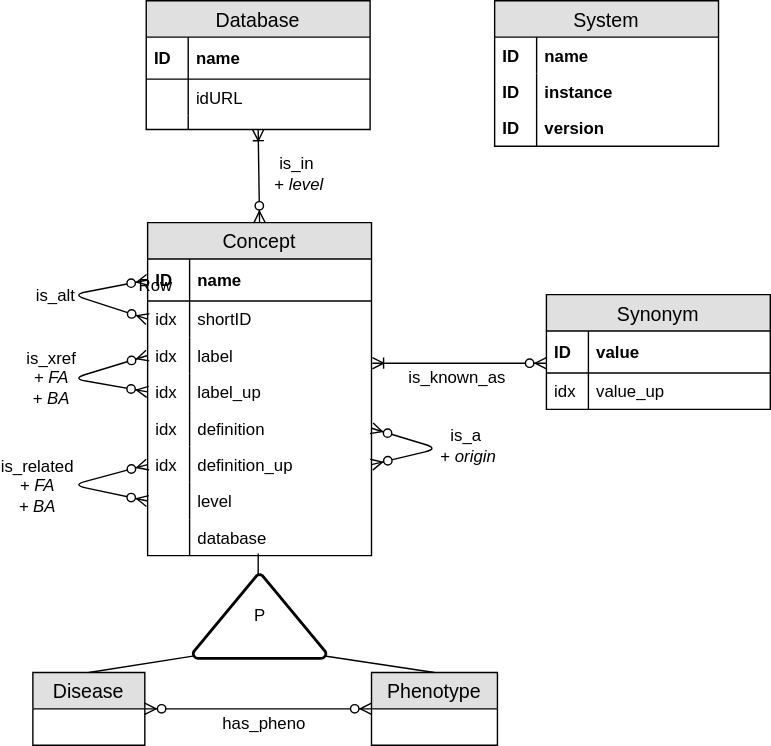
Earlier version of the draw.io export inst/documentation/data-model/DODO.svg (Elysheba/DODO). Source tidied: cells renumbered, new cells last; positions are measured from the earlier drawing's top-left corner, leaving out a move shared by most shapes.
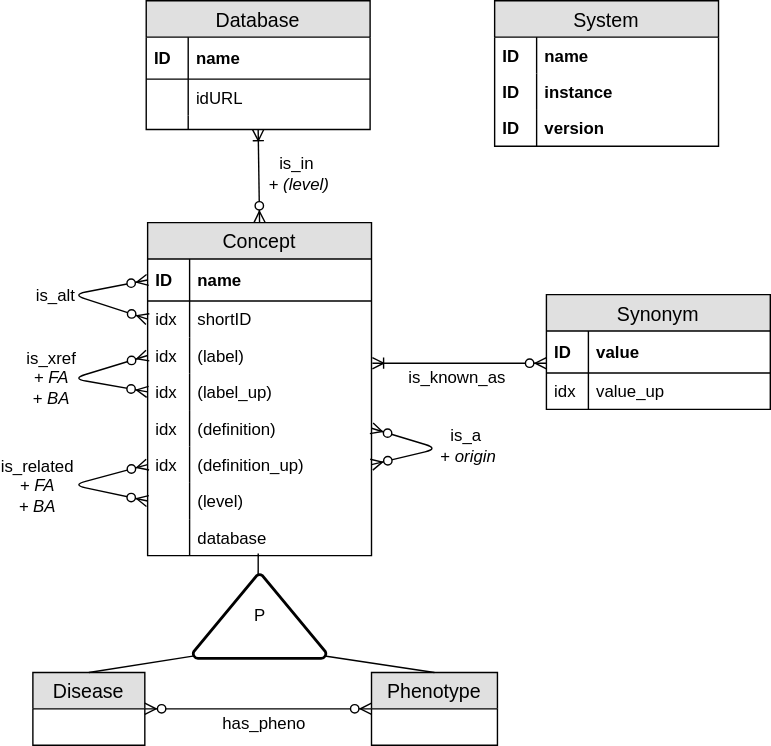
Later version of the same file.

Diff of the diagram source:
```diff
@@ -17,19 +17,19 @@
     <mxCell id="6" value="idx" style="shape=partialRectangle;top=0;left=0;bottom=0;fillColor=none;align=left;verticalAlign=top;spacingLeft=4;spacingRight=4;overflow=hidden;fontSize=12;" parent="5" vertex="1">
       <mxGeometry width="30" height="26" as="geometry" />
     </mxCell>
-    <mxCell id="7" value="label" style="shape=partialRectangle;top=0;left=0;right=0;bottom=0;align=left;verticalAlign=top;fillColor=none;spacingLeft=34;spacingRight=4;overflow=hidden;points=[[0,0.5],[1,0.5]];portConstraint=eastwest;fontSize=12;" parent="2" vertex="1">
+    <mxCell id="7" value="(label)" style="shape=partialRectangle;top=0;left=0;right=0;bottom=0;align=left;verticalAlign=top;fillColor=none;spacingLeft=34;spacingRight=4;overflow=hidden;points=[[0,0.5],[1,0.5]];portConstraint=eastwest;fontSize=12;" parent="2" vertex="1">
       <mxGeometry y="82" width="160" height="26" as="geometry" />
     </mxCell>
     <mxCell id="8" value="idx" style="shape=partialRectangle;top=0;left=0;bottom=0;fillColor=none;align=left;verticalAlign=top;spacingLeft=4;spacingRight=4;overflow=hidden;fontSize=12;" parent="7" vertex="1">
       <mxGeometry width="30" height="26" as="geometry" />
     </mxCell>
-    <mxCell id="9" value="label_up" style="shape=partialRectangle;top=0;left=0;right=0;bottom=0;align=left;verticalAlign=top;fillColor=none;spacingLeft=34;spacingRight=4;overflow=hidden;points=[[0,0.5],[1,0.5]];portConstraint=eastwest;fontSize=12;" parent="2" vertex="1">
+    <mxCell id="9" value="(label_up)" style="shape=partialRectangle;top=0;left=0;right=0;bottom=0;align=left;verticalAlign=top;fillColor=none;spacingLeft=34;spacingRight=4;overflow=hidden;points=[[0,0.5],[1,0.5]];portConstraint=eastwest;fontSize=12;" parent="2" vertex="1">
       <mxGeometry y="108" width="160" height="26" as="geometry" />
     </mxCell>
     <mxCell id="10" value="idx" style="shape=partialRectangle;top=0;left=0;bottom=0;fillColor=none;align=left;verticalAlign=top;spacingLeft=4;spacingRight=4;overflow=hidden;fontSize=12;" parent="9" vertex="1">
       <mxGeometry width="30" height="26" as="geometry" />
     </mxCell>
-    <mxCell id="11" value="definition" style="shape=partialRectangle;top=0;left=0;right=0;bottom=0;align=left;verticalAlign=top;fillColor=none;spacingLeft=34;spacingRight=4;overflow=hidden;points=[[0,0.5],[1,0.5]];portConstraint=eastwest;fontSize=12;" parent="2" vertex="1">
+    <mxCell id="11" value="(definition)" style="shape=partialRectangle;top=0;left=0;right=0;bottom=0;align=left;verticalAlign=top;fillColor=none;spacingLeft=34;spacingRight=4;overflow=hidden;points=[[0,0.5],[1,0.5]];portConstraint=eastwest;fontSize=12;" parent="2" vertex="1">
       <mxGeometry y="134" width="160" height="26" as="geometry" />
     </mxCell>
     <mxCell id="12" value="idx" style="shape=partialRectangle;top=0;left=0;bottom=0;fillColor=none;align=left;verticalAlign=top;spacingLeft=4;spacingRight=4;overflow=hidden;fontSize=12;" parent="11" vertex="1">
@@ -61,13 +61,13 @@
         <mxPoint x="-42.5" y="-5.5" as="offset" />
       </mxGeometry>
     </mxCell>
-    <mxCell id="17" value="definition_up" style="shape=partialRectangle;top=0;left=0;right=0;bottom=0;align=left;verticalAlign=top;fillColor=none;spacingLeft=34;spacingRight=4;overflow=hidden;points=[[0,0.5],[1,0.5]];portConstraint=eastwest;fontSize=12;" parent="2" vertex="1">
+    <mxCell id="17" value="(definition_up)" style="shape=partialRectangle;top=0;left=0;right=0;bottom=0;align=left;verticalAlign=top;fillColor=none;spacingLeft=34;spacingRight=4;overflow=hidden;points=[[0,0.5],[1,0.5]];portConstraint=eastwest;fontSize=12;" parent="2" vertex="1">
       <mxGeometry y="160" width="160" height="26" as="geometry" />
     </mxCell>
     <mxCell id="18" value="idx" style="shape=partialRectangle;top=0;left=0;bottom=0;fillColor=none;align=left;verticalAlign=top;spacingLeft=4;spacingRight=4;overflow=hidden;fontSize=12;" parent="17" vertex="1">
       <mxGeometry width="30" height="26" as="geometry" />
     </mxCell>
-    <mxCell id="19" value="level" style="shape=partialRectangle;top=0;left=0;right=0;bottom=0;align=left;verticalAlign=top;fillColor=none;spacingLeft=34;spacingRight=4;overflow=hidden;fontSize=12;" parent="2" vertex="1">
+    <mxCell id="19" value="(level)" style="shape=partialRectangle;top=0;left=0;right=0;bottom=0;align=left;verticalAlign=top;fillColor=none;spacingLeft=34;spacingRight=4;overflow=hidden;fontSize=12;" parent="2" vertex="1">
       <mxGeometry y="186" width="160" height="26" as="geometry" />
     </mxCell>
     <mxCell id="20" style="shape=partialRectangle;top=0;left=0;bottom=0;fillColor=none;align=left;verticalAlign=top;spacingLeft=4;spacingRight=4;overflow=hidden;fontSize=12;" parent="19" vertex="1">
@@ -155,7 +155,7 @@
     <mxCell id="42" style="endArrow=ERzeroToMany;html=1;startArrow=ERoneToMany;startFill=0;endFill=1;entryX=0.5;entryY=0;entryDx=0;entryDy=0;exitX=0.5;exitY=1;exitDx=0;exitDy=0;exitPerimeter=0;" parent="1" edge="1" source="32" target="2">
       <mxGeometry relative="1" as="geometry" />
     </mxCell>
-    <mxCell id="43" value="is_in&amp;nbsp;&lt;br&gt;+&lt;i&gt;&amp;nbsp;level&lt;/i&gt;" style="text;html=1;align=center;verticalAlign=middle;labelBackgroundColor=#ffffff;" parent="42" vertex="1">
+    <mxCell id="43" value="is_in&amp;nbsp;&lt;br&gt;+&lt;i&gt;&amp;nbsp;(level)&lt;/i&gt;" style="text;html=1;align=center;verticalAlign=middle;labelBackgroundColor=#ffffff;" parent="42" vertex="1">
       <mxGeometry x="0.04" y="-63" relative="1" as="geometry">
         <mxPoint x="91.5" y="-3" as="offset" />
       </mxGeometry>
@@ -204,8 +204,5 @@
     <mxCell id="57" value="ID" style="shape=partialRectangle;top=0;left=0;bottom=0;fillColor=none;align=left;verticalAlign=top;spacingLeft=4;spacingRight=4;overflow=hidden;fontSize=12;fontStyle=1;" parent="56" vertex="1">
       <mxGeometry width="30" height="26" as="geometry" />
     </mxCell>
-    <mxCell id="58" value="Row" style="text;strokeColor=none;fillColor=none;spacingLeft=4;spacingRight=4;overflow=hidden;fontSize=12;" parent="1" vertex="1">
-      <mxGeometry x="70" y="190" width="40" height="26" as="geometry" />
-    </mxCell>
   </root>
 </mxGraphModel>
```
